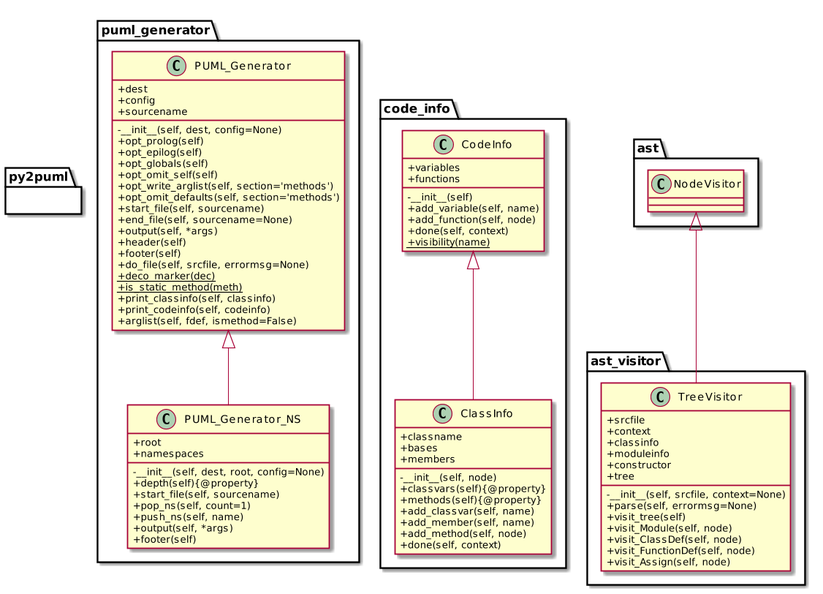
Earlier version of the PlantUML export py2puml/examples/py2puml-custom.png (deadbok/py-puml-tools).
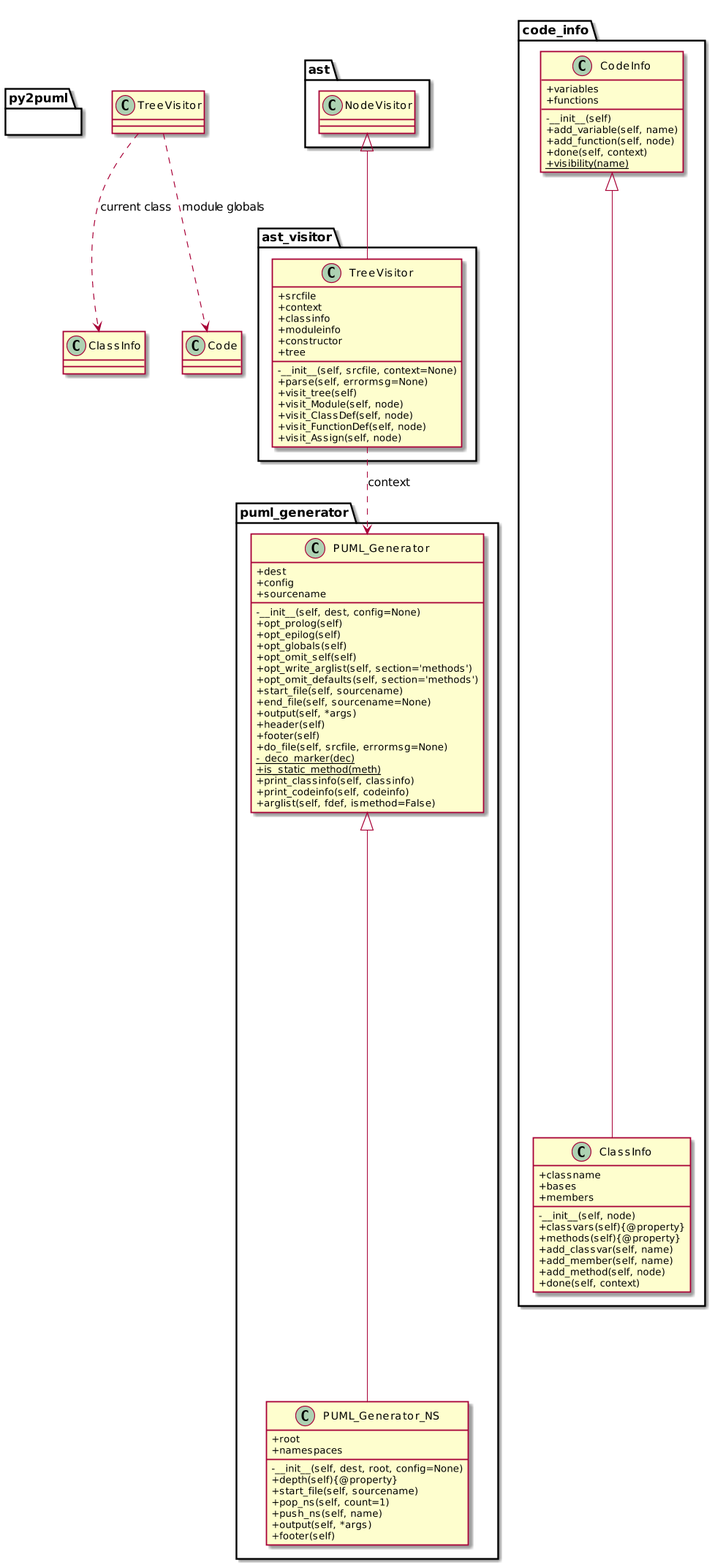
Later version of the same file.

Change to the diagram source:
```diff
@@ -1,5 +1,4 @@
 @startuml
-skinparam monochrome false
 skinparam classAttributeIconSize 0
 scale 1.2
 
@@ -23,7 +22,7 @@
     +header(self)
     +footer(self)
     +do_file(self, srcfile, errormsg=None)
-    +deco_marker(dec){static}
+    -_deco_marker(dec){static}
     +is_static_method(meth){static}
     +print_classinfo(self, classinfo)
     +print_codeinfo(self, codeinfo)
@@ -89,4 +88,8 @@
   }
 
 }
+ast_visitor.TreeVisitor ..> puml_generator.PUML_Generator : context
+TreeVisitor ..> ClassInfo : current class
+TreeVisitor ..> Code : module globals
+
 @enduml
```
